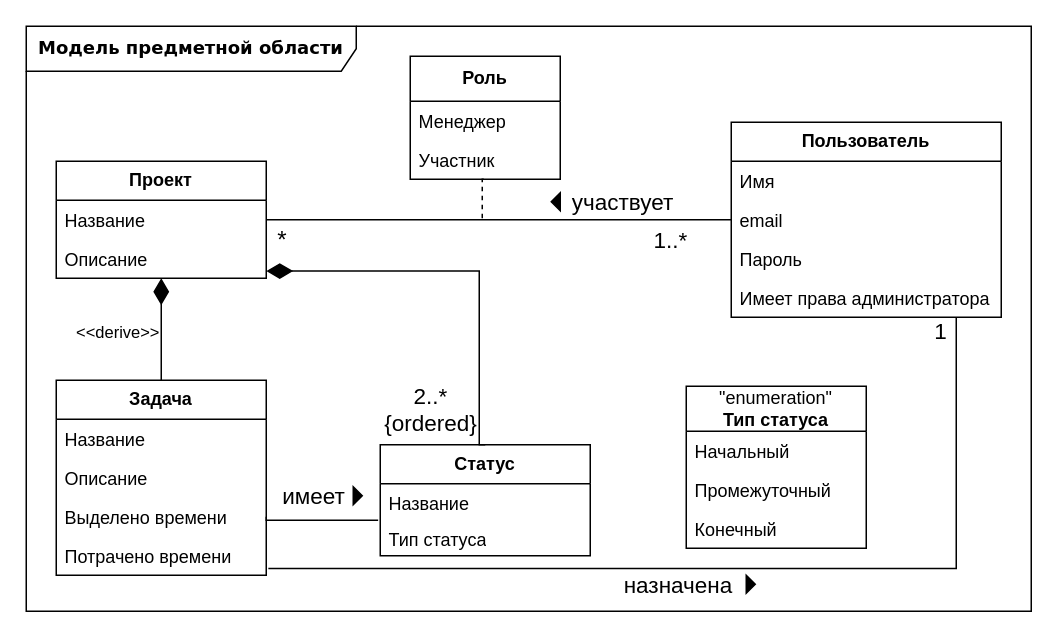
This is docs/raw_diagrams/domain_model.drawio from aVorotnikov/thunder_board, a draw.io file, before an edit. Source tidied: cells renumbered, new cells numbered last; positions are measured from the earlier drawing's top-left corner, leaving out a move shared by most shapes. Both pictures are drawn from the tidied source at 150%, with x=0, y=0 at pixel (26, 26).
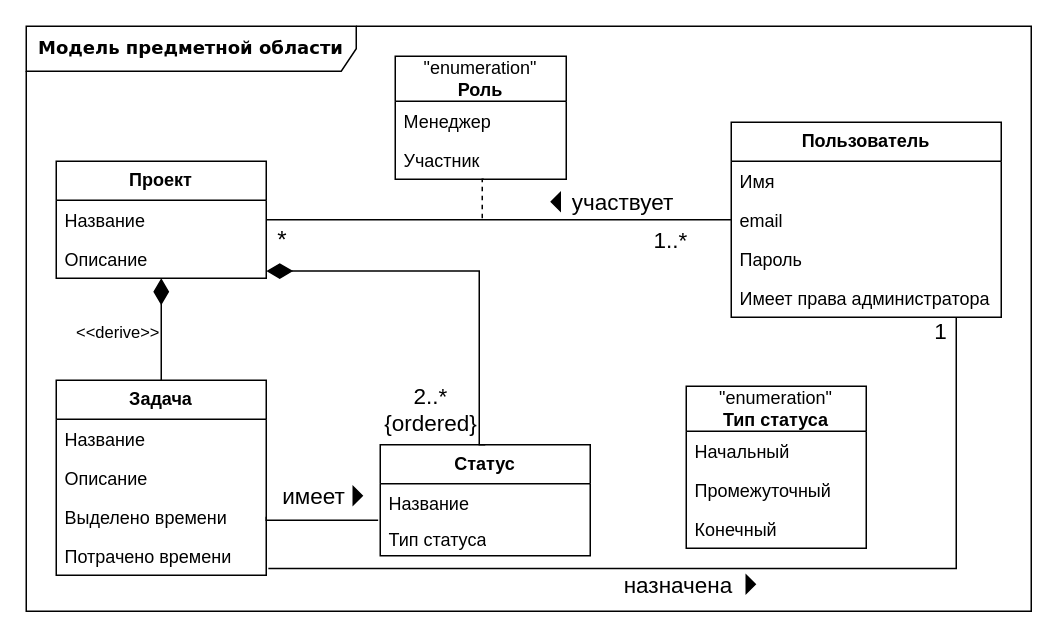
The same diagram, later.

Diff of the diagram source:
```diff
@@
-    <mxCell id="24" value="&lt;b&gt;Роль&lt;/b&gt;" style="swimlane;fontStyle=0;horizontal=1;startSize=30;fillColor=none;whiteSpace=wrap;html=1;" parent="1" vertex="1">
-      <mxGeometry x="256" y="20" width="100" height="82" as="geometry" />
+    <mxCell id="24" value="&quot;enumeration&quot;&lt;b&gt;&lt;br&gt;Роль&lt;/b&gt;" style="swimlane;fontStyle=0;horizontal=1;startSize=30;fillColor=none;whiteSpace=wrap;html=1;" parent="1" vertex="1">
+      <mxGeometry x="246" y="20" width="114" height="82" as="geometry" />
     </mxCell>
     <mxCell id="25" value="Менеджер" style="text;strokeColor=none;fillColor=none;align=left;verticalAlign=top;spacingLeft=4;spacingRight=4;overflow=hidden;whiteSpace=wrap;html=1;" parent="24" vertex="1">
-      <mxGeometry y="30" width="100" height="26" as="geometry" />
+      <mxGeometry y="30" width="114" height="26" as="geometry" />
     </mxCell>
     <mxCell id="26" value="Участник" style="text;strokeColor=none;fillColor=none;align=left;verticalAlign=top;spacingLeft=4;spacingRight=4;overflow=hidden;whiteSpace=wrap;html=1;" parent="24" vertex="1">
-      <mxGeometry y="56" width="100" height="26" as="geometry" />
+      <mxGeometry y="56" width="114" height="26" as="geometry" />
     </mxCell>
```
